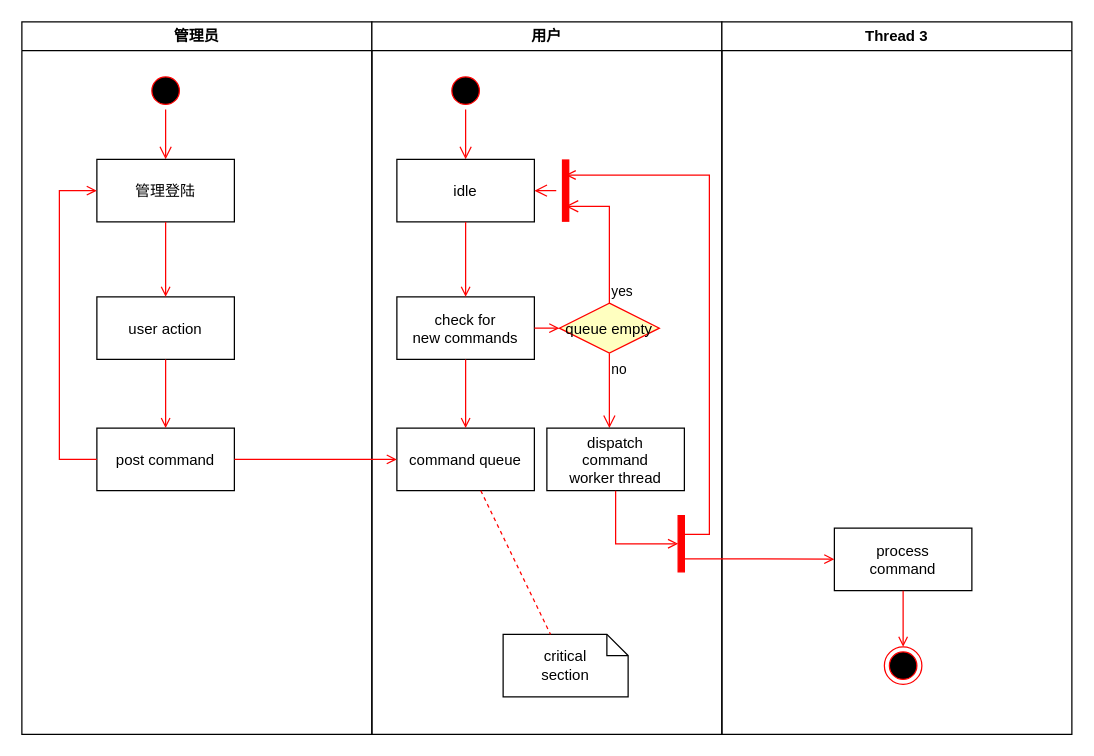
This is page "Page-1" (1 of 2) of 未命名绘图.drawio from zwz-create/star, a draw.io file, before an edit. Source tidied: cells renumbered, new cells numbered last; positions are measured from the earlier drawing's top-left corner, leaving out a move shared by most shapes. Both pictures are drawn from the tidied source at 125%, with x=0, y=0 at pixel (21, 21).
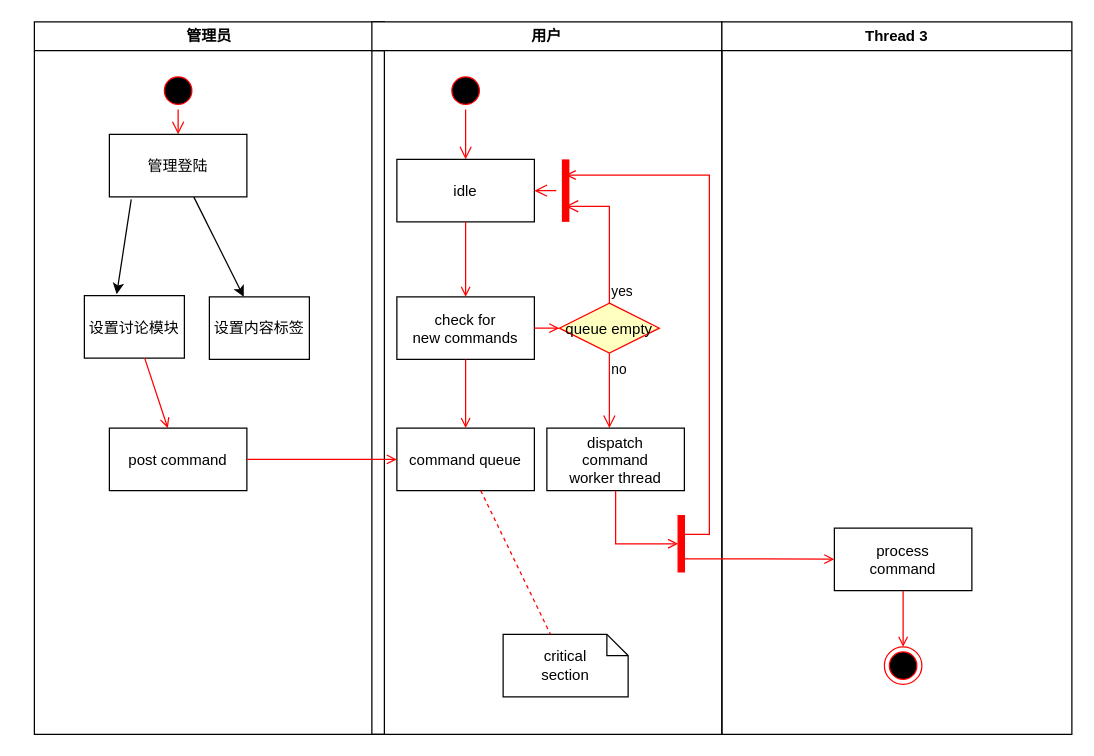
Above is the later version.

Commit message (it also covers changes not shown here):
更新未命名绘图.drawio

Unchanged cells that the change refers to:
```xml
<mxCell id="8" value="post command" parent="2" vertex="1">
  <mxGeometry x="60" y="325" width="110" height="50" as="geometry" />
</mxCell>
```

Diff of the diagram source:
```diff
@@
     <mxCell id="2" value="管理员" style="swimlane;whiteSpace=wrap;" parent="1" vertex="1">
-      <mxGeometry width="280" height="570" as="geometry" />
+      <mxGeometry x="10" width="280" height="570" as="geometry" />
     </mxCell>
@@
+    <mxCell id="37" style="edgeStyle=none;rounded=0;jettySize=auto;html=1;" parent="2" edge="1" source="5" target="38">
+      <mxGeometry relative="1" as="geometry" />
+    </mxCell>
     <mxCell id="5" value="管理登陆" parent="2" vertex="1">
-      <mxGeometry x="60" y="110" width="110" height="50" as="geometry" />
+      <mxGeometry x="60" y="90" width="110" height="50" as="geometry" />
     </mxCell>
-    <mxCell id="6" value="user action" parent="2" vertex="1">
-      <mxGeometry x="60" y="220" width="110" height="50" as="geometry" />
+    <mxCell id="6" value="设置讨论模块" parent="2" vertex="1">
+      <mxGeometry x="40" y="219" width="80" height="50" as="geometry" />
     </mxCell>
-    <mxCell id="7" style="endArrow=open;strokeColor=#FF0000;endFill=1;rounded=0;" parent="2" edge="1" source="5" target="6">
-      <mxGeometry relative="1" as="geometry" />
-    </mxCell>
@@
-    <mxCell id="10" style="edgeStyle=elbowEdgeStyle;elbow=horizontal;strokeColor=#FF0000;endArrow=open;endFill=1;rounded=0;" parent="2" edge="1" source="8" target="5">
-      <mxGeometry relative="1" as="geometry">
-        <Array as="points">
-          <mxPoint x="30" y="250" />
-        </Array>
-      </mxGeometry>
-    </mxCell>
+    <mxCell id="7" style="endArrow=classic;html=1;rounded=0;exitX=0.159;exitY=1.04;exitDx=0;exitDy=0;exitPerimeter=0;entryX=0.323;entryY=-0.023;entryDx=0;entryDy=0;entryPerimeter=0;" parent="2" edge="1" source="5" target="6">
+      <mxGeometry relative="1" as="geometry" />
+    </mxCell>
+    <mxCell id="38" value="设置内容标签" style="rounded=0;whiteSpace=wrap;html=1;" parent="2" vertex="1">
+      <mxGeometry x="140" y="220" width="80" height="50" as="geometry" />
+    </mxCell>
```
